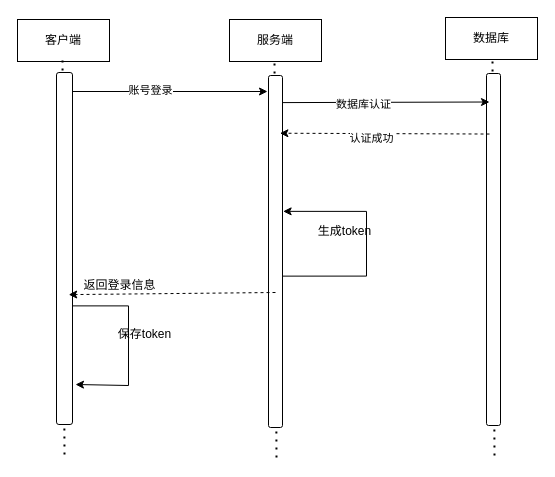
Above: save/用户登录时序图.drawio in kehaha-5/drawio (draw.io), before the change. Source tidied: cells renumbered, new cells numbered last; positions are measured from the earlier drawing's top-left corner, leaving out a move shared by most shapes. Both pictures are drawn from the tidied source at 100%, with x=0, y=0 at pixel (17, 17).
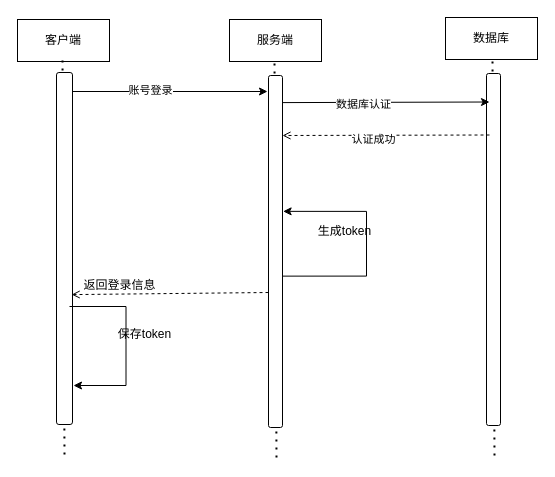
The same page after the edit.

Commit message:
更新用户登录时序图.drawio

Unchanged cells that the change refers to:
```xml
<mxCell id="4" style="rounded=1;whiteSpace=wrap;html=1;" parent="1" vertex="1">
  <mxGeometry x="39" y="55" width="16" height="352" as="geometry" />
</mxCell>
<mxCell id="8" style="rounded=1;whiteSpace=wrap;html=1;" parent="1" vertex="1">
  <mxGeometry x="251" y="58" width="14" height="352" as="geometry" />
</mxCell>
<mxCell id="10" style="rounded=1;whiteSpace=wrap;html=1;" parent="1" vertex="1">
  <mxGeometry x="469" y="56" width="14" height="352" as="geometry" />
</mxCell>
```

What changed in the source:
```diff
@@
-    <mxCell id="15" style="endArrow=classic;html=1;rounded=0;dashed=1;entryX=0.814;entryY=0.164;entryDx=0;entryDy=0;entryPerimeter=0;exitX=0.214;exitY=0.172;exitDx=0;exitDy=0;exitPerimeter=0;" parent="1" edge="1" source="10" target="8">
-      <mxGeometry relative="1" as="geometry" />
+    <mxCell id="15" style="endArrow=open;html=1;rounded=0;dashed=1;exitX=0.214;exitY=0.172;exitDx=0;exitDy=0;exitPerimeter=0;endFill=0;" parent="1" edge="1">
+      <mxGeometry relative="1" as="geometry">
+        <mxPoint x="472" y="117.5" as="sourcePoint" />
+        <mxPoint x="265" y="118" as="targetPoint" />
+      </mxGeometry>
     </mxCell>
@@
-    <mxCell id="19" style="endArrow=classic;html=1;rounded=0;entryX=0.763;entryY=0.631;entryDx=0;entryDy=0;entryPerimeter=0;dashed=1;" parent="1" edge="1" target="4">
+    <mxCell id="19" style="endArrow=open;html=1;rounded=0;entryX=0.763;entryY=0.631;entryDx=0;entryDy=0;entryPerimeter=0;dashed=1;endFill=0;" parent="1" edge="1">
       <mxGeometry relative="1" as="geometry">
-        <mxPoint x="258" y="275" as="sourcePoint" />
+        <mxPoint x="251" y="275" as="sourcePoint" />
+        <mxPoint x="54.2" y="277.1" as="targetPoint" />
       </mxGeometry>
     </mxCell>
@@
-    <mxCell id="21" style="edgeStyle=orthogonalEdgeStyle;rounded=0;jettySize=auto;html=1;exitX=0.969;exitY=0.663;exitDx=0;exitDy=0;exitPerimeter=0;" parent="1" edge="1" source="4">
+    <mxCell id="21" style="edgeStyle=orthogonalEdgeStyle;rounded=0;orthogonalLoop=1;jettySize=auto;html=1;exitX=0.969;exitY=0.663;exitDx=0;exitDy=0;exitPerimeter=0;" parent="1" edge="1">
       <mxGeometry relative="1" as="geometry">
-        <mxPoint x="58" y="367" as="targetPoint" />
+        <mxPoint x="52" y="289" as="sourcePoint" />
+        <mxPoint x="56" y="368" as="targetPoint" />
         <Array as="points">
-          <mxPoint x="111" y="288" />
-          <mxPoint x="111" y="368" />
-          <mxPoint x="58" y="368" />
+          <mxPoint x="108.5" y="288.6" />
+          <mxPoint x="108.5" y="368.6" />
+          <mxPoint x="55.5" y="368.6" />
         </Array>
       </mxGeometry>
     </mxCell>
```
